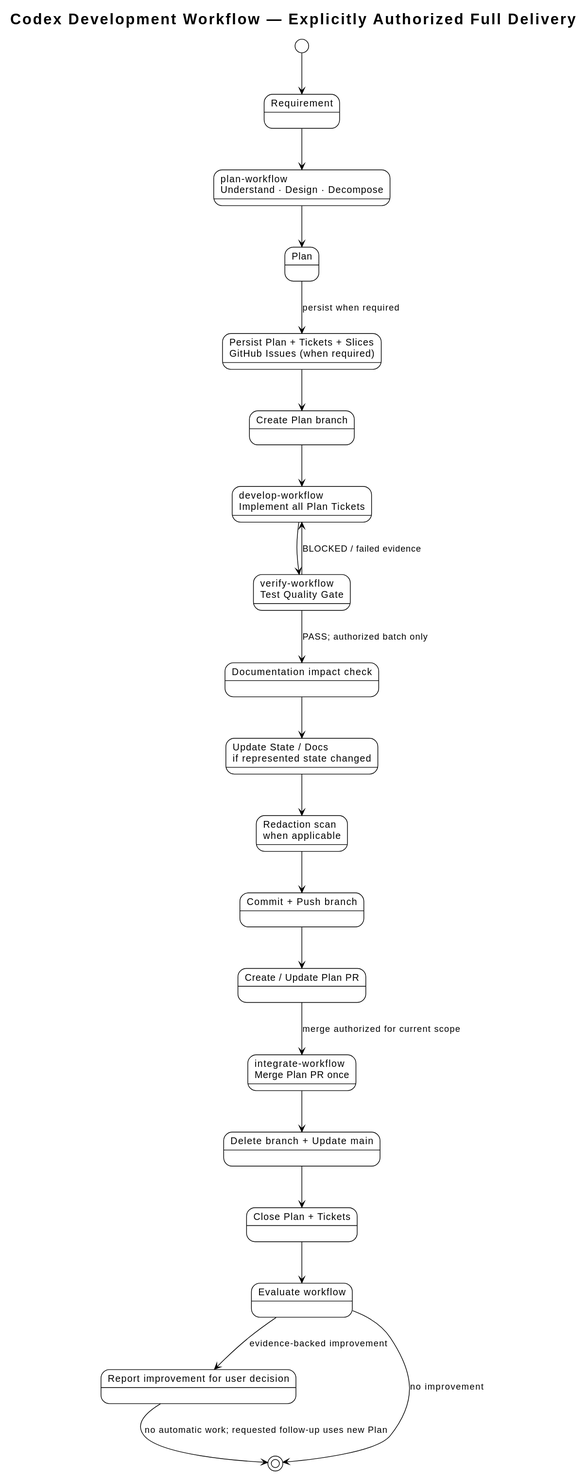
i-zrhe2016/codex-development-workflow keeps this PlantUML diagram as docs/architecture/diagrams/architecture.svg. Above is the earlier version.
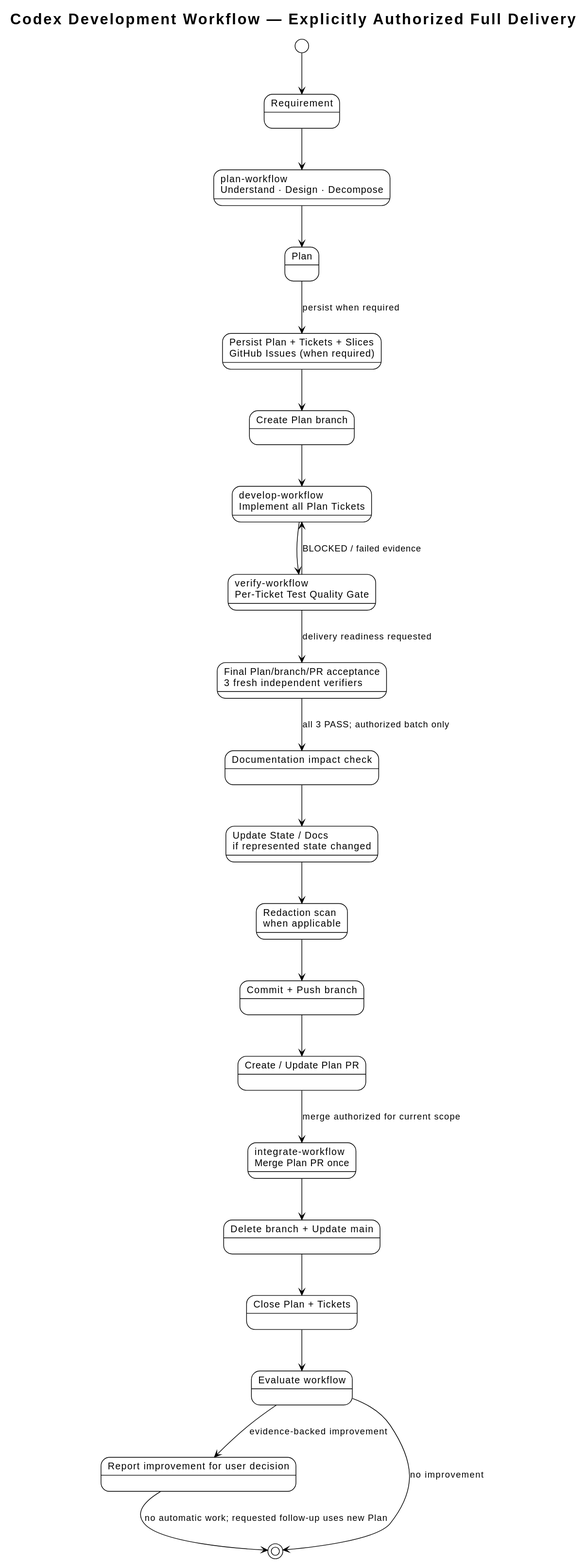
After the commit.

What changed in the source:
```diff
@@ -12,7 +12,8 @@
 state "Persist Plan + Tickets + Slices\nGitHub Issues (when required)" as Issues
 state "Create Plan branch" as Branch
 state "develop-workflow\nImplement all Plan Tickets" as Implement
-state "verify-workflow\nTest Quality Gate" as Test
+state "verify-workflow\nPer-Ticket Test Quality Gate" as Test
+state "Final Plan/branch/PR acceptance\n3 fresh independent verifiers" as FinalVerify
 state "Documentation impact check" as Docs
 state "Update State / Docs\nif represented state changed" as State
 state "Redaction scan\nwhen applicable" as Redact
@@ -32,7 +33,8 @@
 Branch --> Implement
 Implement --> Test
 Test --> Implement : BLOCKED / failed evidence
-Test --> Docs : PASS; authorized batch only
+Test --> FinalVerify : delivery readiness requested
+FinalVerify --> Docs : all 3 PASS; authorized batch only
 Docs --> State
 State --> Redact
 Redact --> Publish
```
